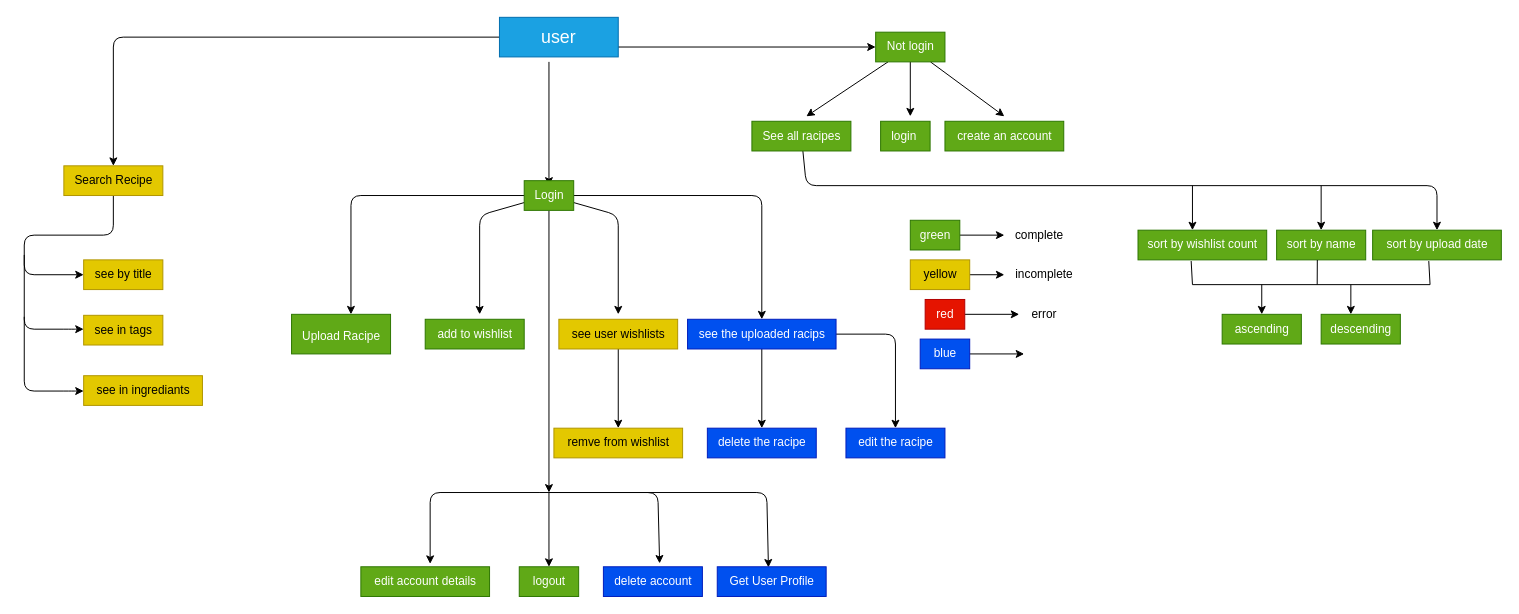
This is planning.drawio from aamir-067/racipe-project, a draw.io file, before an edit. Source tidied: cells renumbered, new cells numbered last; positions are measured from the earlier drawing's top-left corner, leaving out a move shared by most shapes. Both pictures are drawn from the tidied source at 99%, with x=0, y=0 at pixel (24, 17).
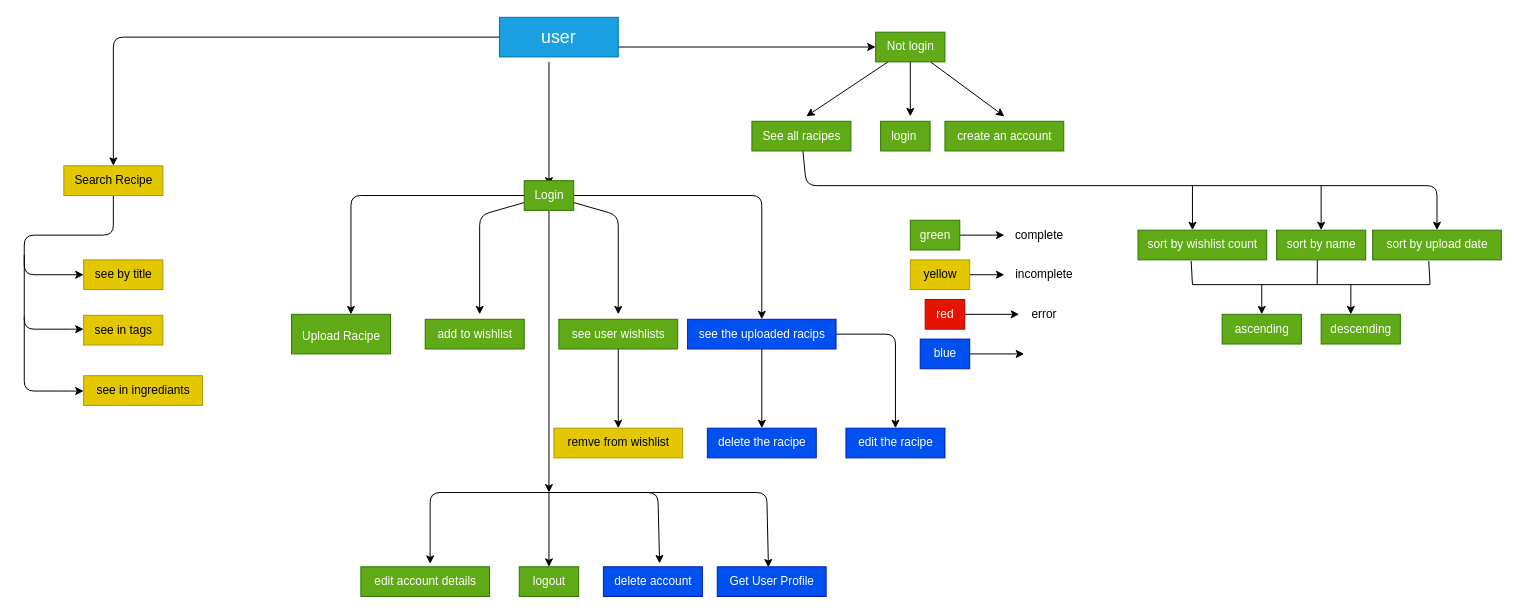
The same page after the edit.

Commit message (it also covers changes not shown here):
added controller to get user wishListed Recipes

What changed in the source:
```diff
@@
-    <mxCell id="19" value="see user wishlists" style="text;html=1;align=center;verticalAlign=middle;points=[];strokeColor=#B09500;fillColor=#e3c800;fontSize=12;fontColor=#000000;" parent="1" vertex="1">
+    <mxCell id="19" value="see user wishlists" style="text;html=1;align=center;verticalAlign=middle;points=[];strokeColor=#2D7600;fillColor=#60a917;fontSize=12;fontColor=#ffffff;" parent="1" vertex="1">
       <mxGeometry x="540" y="305" width="120" height="30" as="geometry" />
     </mxCell>
```
